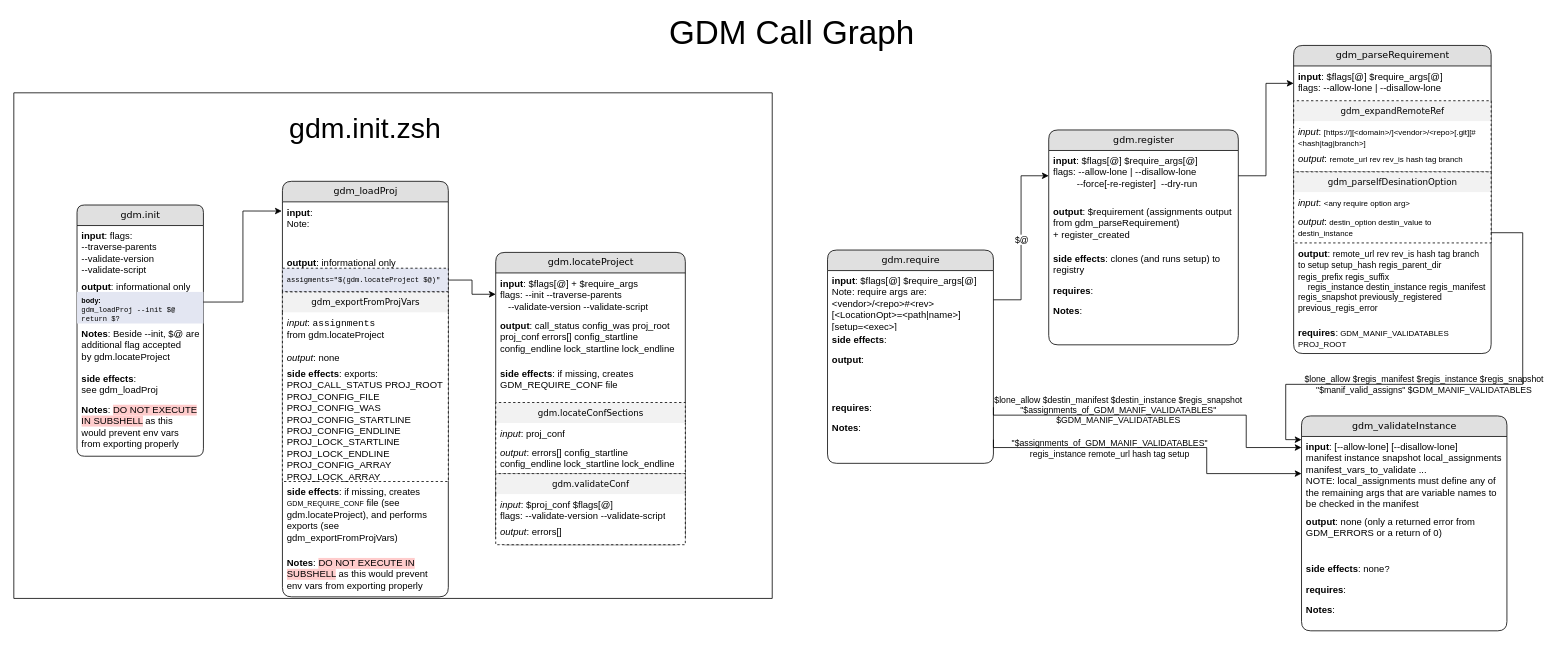
The draw.io diagram src_docs/Call_Graph.drawio in Jeff-Russ/git-dependency-manager, before the edit. Source tidied: cells renumbered, new cells numbered last; positions are measured from the earlier drawing's top-left corner, leaving out a move shared by most shapes. Both pictures are drawn from the tidied source at 79%, with x=0, y=0 at pixel (13, 21).
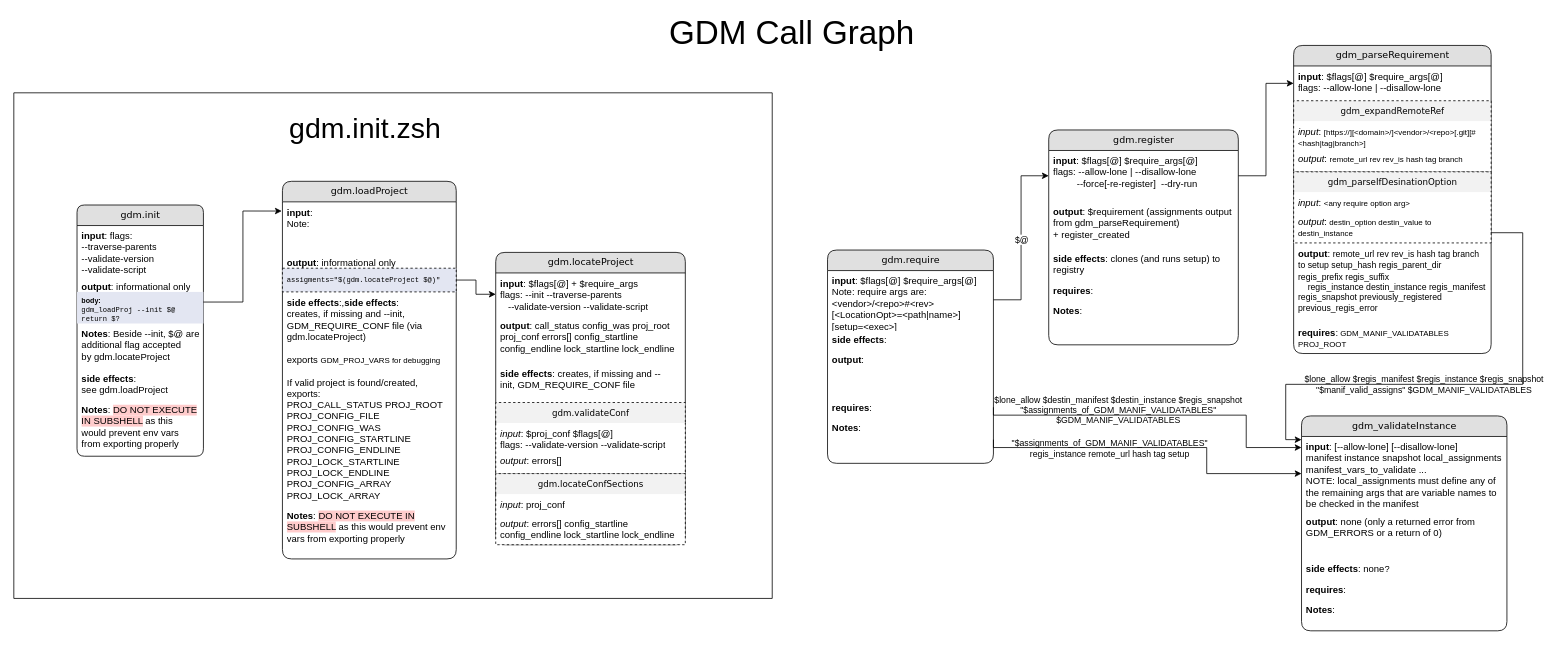
The same page after the edit.

Commit message (it also covers changes not shown here):
merge `gdm_exportFromProjVars` function into `gdm.loadProject` function

The change refers to these unchanged cells:
```xml
<mxCell id="40" value="gdm.init" style="swimlane;html=1;fontStyle=0;horizontal=1;startSize=26;fillColor=#e0e0e0;swimlaneFillColor=#ffffff;align=center;rounded=1;shadow=0;comic=0;labelBackgroundColor=none;strokeWidth=1;fontFamily=Verdana;fontSize=12;arcSize=12;" parent="1" vertex="1">
  <mxGeometry x="80" y="232" width="160" height="318" as="geometry" />
</mxCell>
<mxCell id="57" value="gdm.locateProject" style="swimlane;html=1;fontStyle=0;horizontal=1;startSize=26;fillColor=#e0e0e0;swimlaneFillColor=#ffffff;align=center;rounded=1;shadow=0;comic=0;labelBackgroundColor=none;strokeWidth=1;fontFamily=Verdana;fontSize=12;" parent="1" vertex="1">
  <mxGeometry x="610" y="292" width="240" height="370" as="geometry" />
</mxCell>
```

Diff of the diagram source:
```diff
@@
-    <mxCell id="45" value="&lt;b&gt;side effects&lt;/b&gt;: see&amp;nbsp;gdm_loadProj" style="text;html=1;strokeColor=none;fillColor=none;spacingLeft=4;spacingRight=4;whiteSpace=wrap;overflow=hidden;" parent="40" vertex="1">
+    <mxCell id="45" value="&lt;b&gt;side effects&lt;/b&gt;: see&amp;nbsp;gdm.loadProject" style="text;html=1;strokeColor=none;fillColor=none;spacingLeft=4;spacingRight=4;whiteSpace=wrap;overflow=hidden;" parent="40" vertex="1">
       <mxGeometry y="206" width="160" height="40" as="geometry" />
     </mxCell>
@@
-    <mxCell id="47" value="gdm_loadProj" style="swimlane;html=1;fontStyle=0;horizontal=1;startSize=26;fillColor=#e0e0e0;swimlaneFillColor=#ffffff;align=center;rounded=1;shadow=0;comic=0;labelBackgroundColor=none;strokeWidth=1;fontFamily=Verdana;fontSize=12;" parent="1" vertex="1">
-      <mxGeometry x="340" y="202" width="210" height="526" as="geometry" />
+    <mxCell id="47" value="gdm.loadProject" style="swimlane;html=1;fontStyle=0;horizontal=1;startSize=26;fillColor=#e0e0e0;swimlaneFillColor=#ffffff;align=center;rounded=1;shadow=0;comic=0;labelBackgroundColor=none;strokeWidth=1;fontFamily=Verdana;fontSize=12;" parent="1" vertex="1">
+      <mxGeometry x="340" y="202" width="220" height="478" as="geometry" />
     </mxCell>
     <mxCell id="48" value="&lt;b&gt;input&lt;/b&gt;:&amp;nbsp;&lt;br&gt;Note:&amp;nbsp;" style="text;html=1;strokeColor=none;fillColor=none;spacingLeft=4;spacingRight=4;whiteSpace=wrap;overflow=hidden;points=[[0,0.5],[1,0.5]];portConstraint=eastwest;" parent="47" vertex="1">
-      <mxGeometry y="26" width="210" height="64" as="geometry" />
+      <mxGeometry y="26" width="220" height="64" as="geometry" />
     </mxCell>
     <mxCell id="49" value="&lt;b&gt;output&lt;/b&gt;: informational only" style="text;html=1;strokeColor=none;fillColor=none;spacingLeft=4;spacingRight=4;whiteSpace=wrap;overflow=hidden;" parent="47" vertex="1">
-      <mxGeometry y="90" width="210" height="20" as="geometry" />
+      <mxGeometry y="90" width="220" height="20" as="geometry" />
     </mxCell>
     <mxCell id="50" value="&lt;font face=&quot;Courier New&quot; style=&quot;font-size: 9px;&quot;&gt;assigments=&quot;$(gdm.locateProject $@)&quot;&amp;nbsp;&lt;/font&gt;" style="text;html=1;strokeColor=default;fillColor=#E3E6F2;spacingLeft=4;spacingRight=4;whiteSpace=wrap;overflow=hidden;points=[[0,0.5],[1,0.5]];portConstraint=eastwest;dashed=1;" parent="47" vertex="1">
-      <mxGeometry y="110" width="210" height="30" as="geometry" />
+      <mxGeometry y="110" width="220" height="30" as="geometry" />
     </mxCell>
-    <mxCell id="51" value="&lt;font style=&quot;font-size: 11px;&quot;&gt;gdm_exportFromProjVars&lt;/font&gt;" style="swimlane;html=1;fontStyle=0;horizontal=1;startSize=26;fillColor=#F2F2F2;swimlaneFillColor=default;align=center;rounded=0;shadow=0;comic=0;labelBackgroundColor=none;strokeWidth=1;fontFamily=Verdana;fontSize=12;glass=0;swimlaneLine=0;strokeColor=default;dashed=1;" parent="47" vertex="1">
-      <mxGeometry y="140" width="210" height="240" as="geometry" />
-    </mxCell>
-    <mxCell id="52" value="&lt;span style=&quot;border-color: var(--border-color);&quot;&gt;&lt;i&gt;input&lt;/i&gt;&lt;/span&gt;: &lt;font face=&quot;Courier New&quot;&gt;assignments&lt;/font&gt; from&amp;nbsp;gdm.locateProject" style="text;html=1;strokeColor=none;fillColor=none;spacingLeft=4;spacingRight=4;whiteSpace=wrap;overflow=hidden;" parent="51" vertex="1">
-      <mxGeometry y="26" width="210" height="44" as="geometry" />
-    </mxCell>
-    <mxCell id="53" value="&lt;i&gt;output&lt;/i&gt;:&lt;font style=&quot;&quot;&gt;&amp;nbsp;none&lt;span style=&quot;font-size: 10px;&quot;&gt;&lt;br&gt;&lt;/span&gt;&lt;/font&gt;&amp;nbsp;" style="text;html=1;strokeColor=none;fillColor=none;spacingLeft=4;spacingRight=4;whiteSpace=wrap;overflow=hidden;" parent="51" vertex="1">
-      <mxGeometry y="70" width="210" height="20" as="geometry" />
-    </mxCell>
-    <mxCell id="54" value="&lt;b&gt;side effects&lt;/b&gt;: exports:&amp;nbsp;&lt;br&gt;PROJ_CALL_STATUS PROJ_ROOT PROJ_CONFIG_FILE PROJ_CONFIG_WAS PROJ_CONFIG_STARTLINE PROJ_CONFIG_ENDLINE PROJ_LOCK_STARTLINE PROJ_LOCK_ENDLINE PROJ_CONFIG_ARRAY PROJ_LOCK_ARRAY" style="text;html=1;strokeColor=none;fillColor=none;spacingLeft=4;spacingRight=4;whiteSpace=wrap;overflow=hidden;" parent="51" vertex="1">
-      <mxGeometry y="90" width="210" height="150" as="geometry" />
-    </mxCell>
-    <mxCell id="55" value="&lt;b&gt;side effects&lt;/b&gt;:&amp;nbsp;if missing, creates &lt;font style=&quot;font-size: 9px;&quot;&gt;GDM_REQUIRE_CONF&lt;/font&gt; file (see gdm.locateProject), and performs exports (see gdm_exportFromProjVars)" style="text;html=1;strokeColor=none;fillColor=none;spacingLeft=4;spacingRight=4;whiteSpace=wrap;overflow=hidden;" parent="47" vertex="1">
-      <mxGeometry y="380" width="210" height="90" as="geometry" />
+    <mxCell id="55" value="&lt;b&gt;side effects&lt;/b&gt;:,&lt;b style=&quot;border-color: var(--border-color);&quot;&gt;side effects&lt;/b&gt;:&lt;br style=&quot;border-color: var(--border-color);&quot;&gt;creates,&amp;nbsp;if missing and --init,&amp;nbsp;&lt;br&gt;GDM_REQUIRE_CONF&amp;nbsp;file (via gdm.locateProject)&lt;br&gt;&lt;br&gt;exports&amp;nbsp;&lt;font style=&quot;font-size: 10px;&quot;&gt;GDM_PROJ_VARS for debugging&lt;/font&gt;&lt;br&gt;&lt;br style=&quot;border-color: var(--border-color);&quot;&gt;If valid project is found/created, exports:&amp;nbsp;&lt;br style=&quot;border-color: var(--border-color);&quot;&gt;PROJ_CALL_STATUS PROJ_ROOT PROJ_CONFIG_FILE PROJ_CONFIG_WAS PROJ_CONFIG_STARTLINE PROJ_CONFIG_ENDLINE PROJ_LOCK_STARTLINE PROJ_LOCK_ENDLINE PROJ_CONFIG_ARRAY PROJ_LOCK_ARRAY" style="text;html=1;strokeColor=none;fillColor=none;spacingLeft=4;spacingRight=4;whiteSpace=wrap;overflow=hidden;" parent="47" vertex="1">
+      <mxGeometry y="140" width="220" height="270" as="geometry" />
     </mxCell>
     <mxCell id="56" value="&lt;b&gt;Notes&lt;/b&gt;: &lt;span style=&quot;background-color: rgb(255, 204, 204);&quot;&gt;DO NOT EXECUTE IN SUBSHELL&lt;/span&gt; as this would prevent env vars from exporting properly" style="text;html=1;strokeColor=none;fillColor=none;spacingLeft=4;spacingRight=4;whiteSpace=wrap;overflow=hidden;" parent="47" vertex="1">
-      <mxGeometry y="470" width="210" height="56" as="geometry" />
+      <mxGeometry y="410" width="220" height="56" as="geometry" />
     </mxCell>
@@
-    <mxCell id="60" value="&lt;b&gt;side effects&lt;/b&gt;: if missing, creates GDM_REQUIRE_CONF file" style="text;html=1;strokeColor=none;fillColor=none;spacingLeft=4;spacingRight=4;whiteSpace=wrap;overflow=hidden;" parent="57" vertex="1">
+    <mxCell id="60" value="&lt;b&gt;side effects&lt;/b&gt;: creates,&amp;nbsp;if missing and --init,&amp;nbsp;GDM_REQUIRE_CONF file" style="text;html=1;strokeColor=none;fillColor=none;spacingLeft=4;spacingRight=4;whiteSpace=wrap;overflow=hidden;" parent="57" vertex="1">
       <mxGeometry y="140" width="240" height="50" as="geometry" />
     </mxCell>
+    <mxCell id="64" value="&lt;font style=&quot;font-size: 11px;&quot;&gt;gdm.validateConf&lt;/font&gt;" style="swimlane;html=1;fontStyle=0;horizontal=1;startSize=26;fillColor=#F2F2F2;swimlaneFillColor=default;align=center;rounded=0;shadow=0;comic=0;labelBackgroundColor=none;strokeWidth=1;fontFamily=Verdana;fontSize=12;glass=0;swimlaneLine=0;strokeColor=default;dashed=1;" parent="57" vertex="1">
+      <mxGeometry y="190" width="240" height="90" as="geometry" />
+    </mxCell>
+    <mxCell id="65" value="&lt;span style=&quot;border-color: var(--border-color);&quot;&gt;&lt;i&gt;input&lt;/i&gt;&lt;/span&gt;: $proj_conf&amp;nbsp;$flags[@]&lt;br&gt;flags:&amp;nbsp;--validate-version&lt;span style=&quot;background-color: initial;&quot;&gt;&amp;nbsp;&lt;/span&gt;--validate-script" style="text;html=1;strokeColor=none;fillColor=none;spacingLeft=4;spacingRight=4;whiteSpace=wrap;overflow=hidden;" parent="64" vertex="1">
+      <mxGeometry y="26" width="240" height="34" as="geometry" />
+    </mxCell>
+    <mxCell id="66" value="&lt;i&gt;output&lt;/i&gt;: errors[]&amp;nbsp;" style="text;html=1;strokeColor=none;fillColor=none;spacingLeft=4;spacingRight=4;whiteSpace=wrap;overflow=hidden;" parent="64" vertex="1">
+      <mxGeometry y="60" width="240" height="20" as="geometry" />
+    </mxCell>
     <mxCell id="61" value="&lt;font style=&quot;font-size: 11px;&quot;&gt;gdm.locateConfSections&lt;/font&gt;" style="swimlane;html=1;fontStyle=0;horizontal=1;startSize=26;fillColor=#F2F2F2;swimlaneFillColor=default;align=center;rounded=0;shadow=0;comic=0;labelBackgroundColor=none;strokeWidth=1;fontFamily=Verdana;fontSize=12;glass=0;swimlaneLine=0;strokeColor=default;dashed=1;" parent="57" vertex="1">
-      <mxGeometry y="190" width="240" height="90" as="geometry" />
+      <mxGeometry y="280" width="240" height="90" as="geometry" />
     </mxCell>
@@
-    <mxCell id="64" value="&lt;font style=&quot;font-size: 11px;&quot;&gt;gdm.validateConf&lt;/font&gt;" style="swimlane;html=1;fontStyle=0;horizontal=1;startSize=26;fillColor=#F2F2F2;swimlaneFillColor=default;align=center;rounded=0;shadow=0;comic=0;labelBackgroundColor=none;strokeWidth=1;fontFamily=Verdana;fontSize=12;glass=0;swimlaneLine=0;strokeColor=default;dashed=1;" parent="57" vertex="1">
-      <mxGeometry y="280" width="240" height="90" as="geometry" />
-    </mxCell>
-    <mxCell id="65" value="&lt;span style=&quot;border-color: var(--border-color);&quot;&gt;&lt;i&gt;input&lt;/i&gt;&lt;/span&gt;: $proj_conf&amp;nbsp;$flags[@]&lt;br&gt;flags:&amp;nbsp;--validate-version&lt;span style=&quot;background-color: initial;&quot;&gt;&amp;nbsp;&lt;/span&gt;--validate-script" style="text;html=1;strokeColor=none;fillColor=none;spacingLeft=4;spacingRight=4;whiteSpace=wrap;overflow=hidden;" parent="64" vertex="1">
-      <mxGeometry y="26" width="240" height="34" as="geometry" />
-    </mxCell>
-    <mxCell id="66" value="&lt;i&gt;output&lt;/i&gt;: errors[]&amp;nbsp;" style="text;html=1;strokeColor=none;fillColor=none;spacingLeft=4;spacingRight=4;whiteSpace=wrap;overflow=hidden;" parent="64" vertex="1">
-      <mxGeometry y="60" width="240" height="20" as="geometry" />
-    </mxCell>
```
